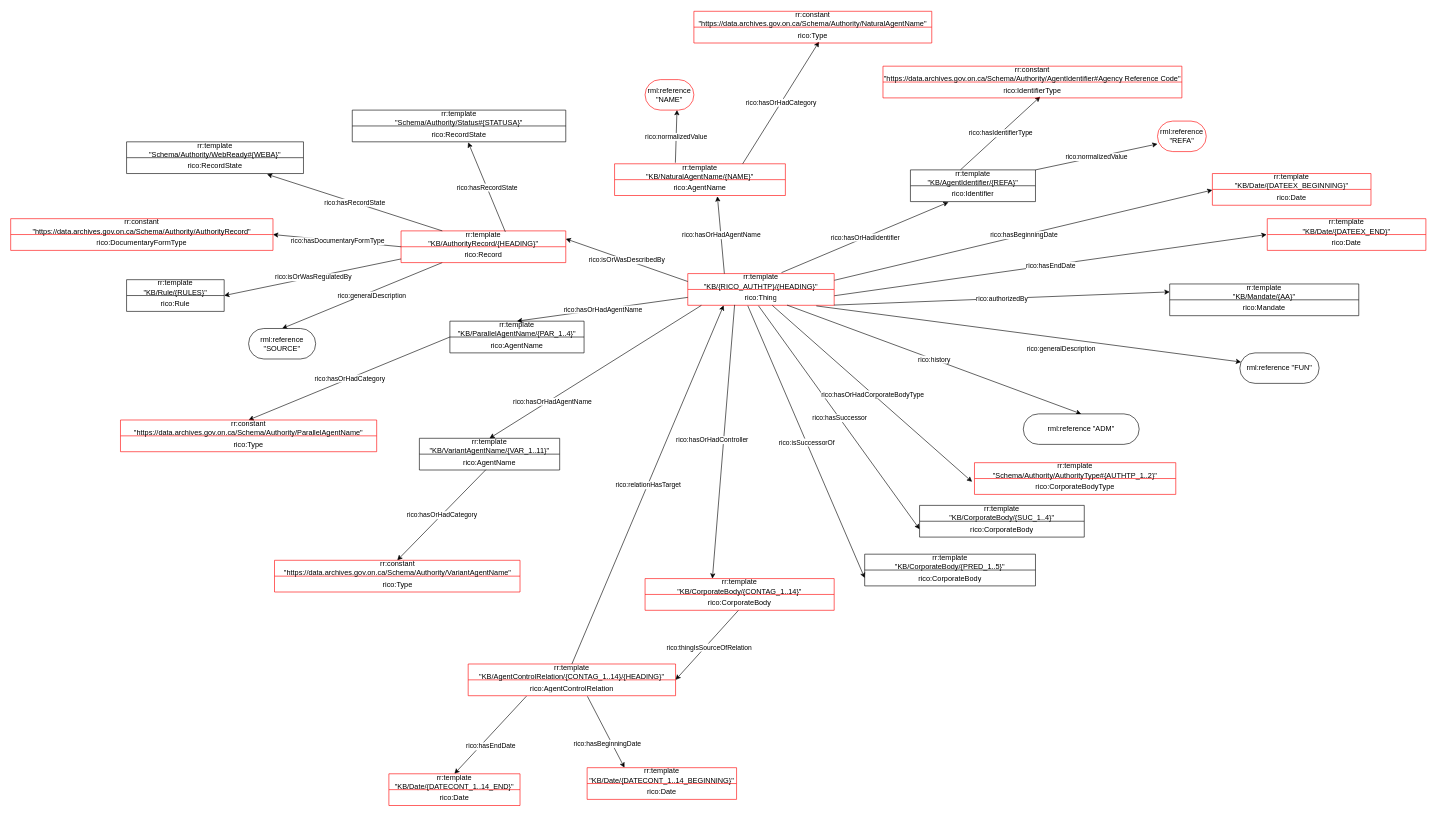
Above: gbad/schema/authority/General Authority to RiC-O Model_2024-11-15_PZ.drawio in gbad-project/records_in_contexts_draw_io_parser (draw.io), before the change. Source tidied: cells renumbered, new cells numbered last; positions are measured from the earlier drawing's top-left corner, leaving out a move shared by most shapes. Both pictures are drawn from the tidied source at 61%, with x=0, y=0 at pixel (10, 11).
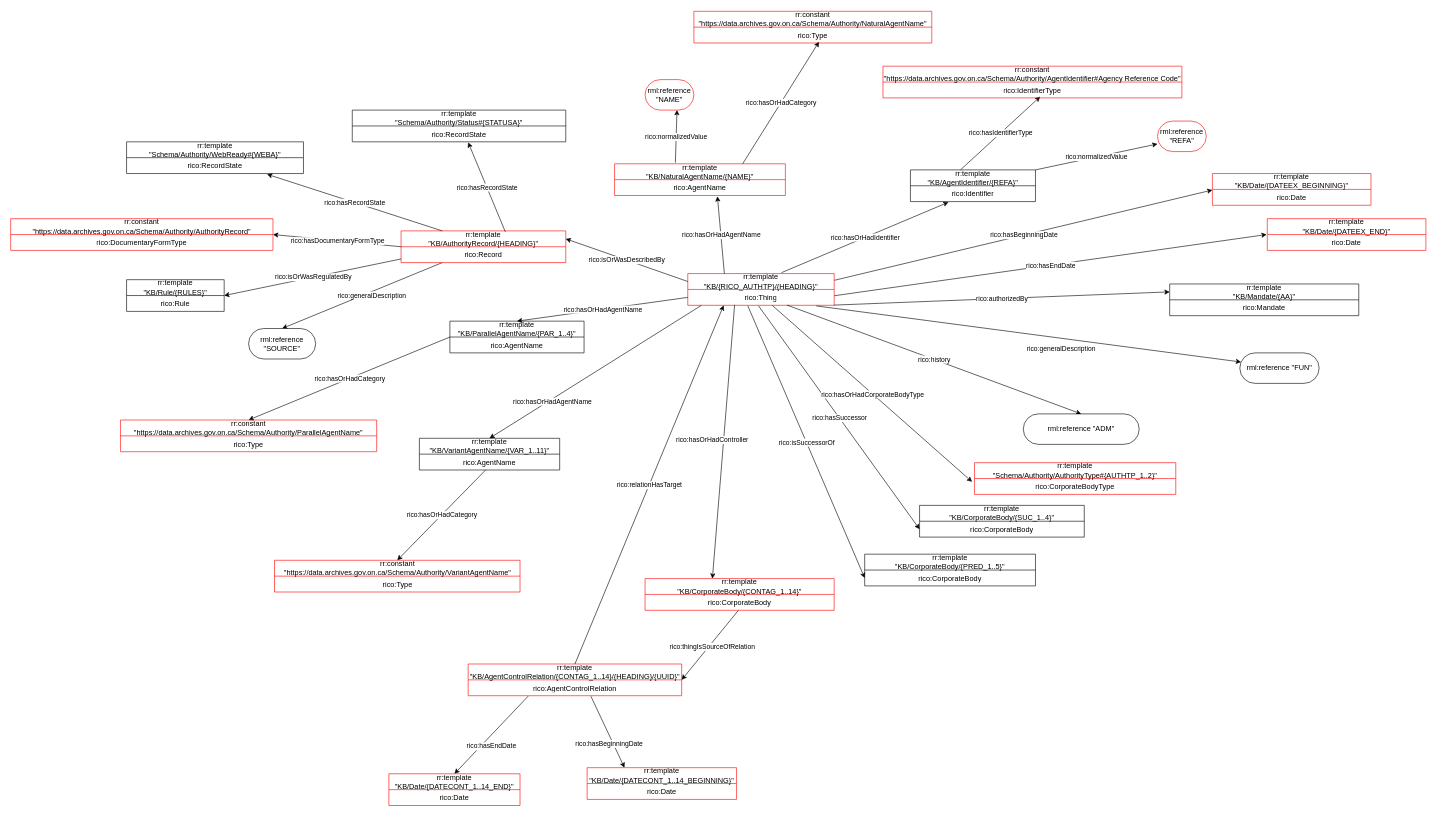
Above is the later version.

Commit message (it also covers changes not shown here):
Fix the issue of non-unique AgentControlRelation URIs

The edit, as a diff of the source:
```diff
@@
-    <mxCell id="67" value="rr:template&lt;div&gt;&quot;&lt;span style=&quot;background-color: initial;&quot;&gt;KB/&lt;/span&gt;AgentControlRelation&lt;span style=&quot;background-color: initial;&quot;&gt;/&lt;/span&gt;&lt;span style=&quot;background-color: initial;&quot;&gt;{CONTAG_1..14}&lt;/span&gt;&lt;span style=&quot;background-color: initial;&quot;&gt;/&lt;/span&gt;{HEADING}&lt;span style=&quot;background-color: initial;&quot;&gt;&quot;&lt;/span&gt;&lt;/div&gt;" style="swimlane;fontStyle=0;horizontal=1;startSize=26;fillColor=none;whiteSpace=wrap;html=1;strokeColor=#FF0000;" parent="1" vertex="1">
-      <mxGeometry x="750" y="1070" width="340" height="52" as="geometry" />
+    <mxCell id="67" value="rr:template&lt;div&gt;&quot;&lt;span style=&quot;background-color: initial;&quot;&gt;KB/&lt;/span&gt;AgentControlRelation&lt;span style=&quot;background-color: initial;&quot;&gt;/&lt;/span&gt;&lt;span style=&quot;background-color: initial;&quot;&gt;{CONTAG_1..14}&lt;/span&gt;&lt;span style=&quot;background-color: initial;&quot;&gt;/&lt;/span&gt;{HEADING}/{UUID}&lt;span style=&quot;background-color: initial;&quot;&gt;&quot;&lt;/span&gt;&lt;/div&gt;" style="swimlane;fontStyle=0;horizontal=1;startSize=26;fillColor=none;whiteSpace=wrap;html=1;strokeColor=#FF0000;" parent="1" vertex="1">
+      <mxGeometry x="750" y="1070" width="350" height="52" as="geometry" />
     </mxCell>
     <mxCell id="68" value="rico:AgentControlRelation" style="text;strokeColor=none;fillColor=none;align=center;verticalAlign=top;spacingLeft=4;spacingRight=4;overflow=hidden;points=[[0,0.5],[1,0.5]];portConstraint=eastwest;whiteSpace=wrap;html=1;" parent="67" vertex="1">
-      <mxGeometry y="26" width="340" height="26" as="geometry" />
+      <mxGeometry y="26" width="350" height="26" as="geometry" />
     </mxCell>
```
